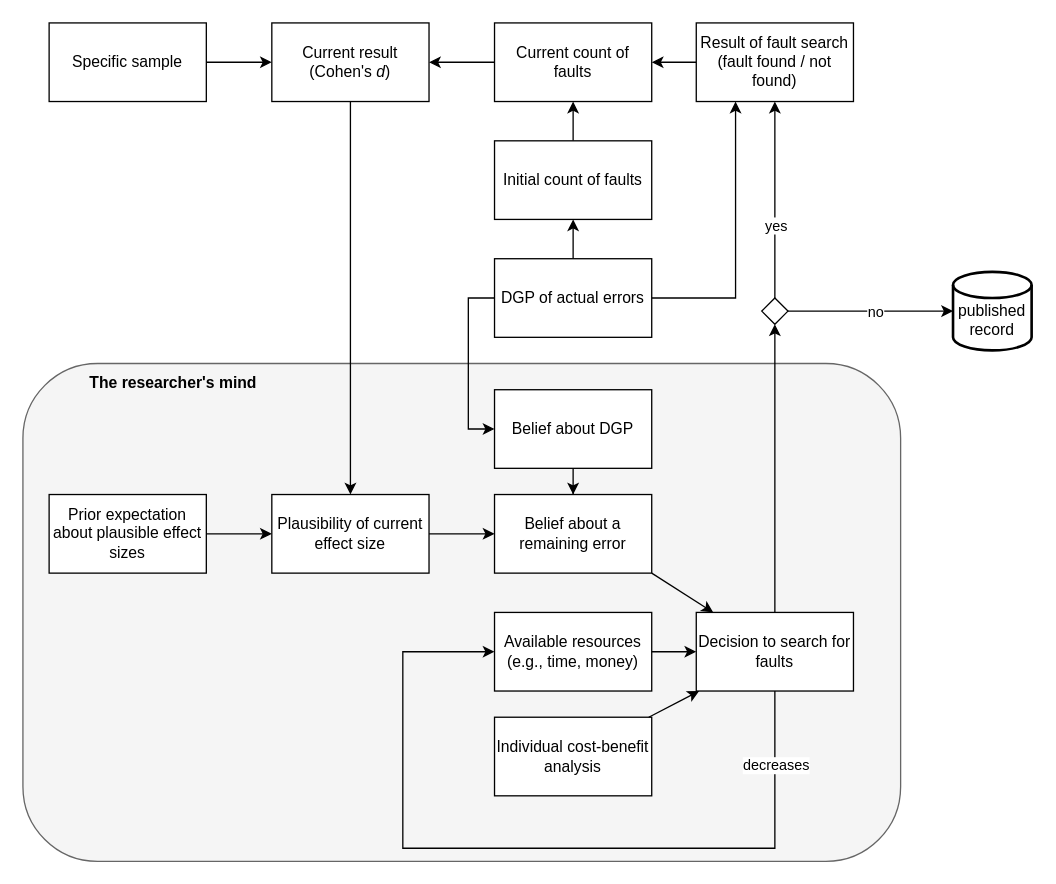
Earlier version of the draw.io diagram scientific_errors_VAST.drawio (nicebread/scientific_errors). Source tidied: cells renumbered, new cells numbered last; positions are measured from the earlier drawing's top-left corner, leaving out a move shared by most shapes. Both pictures are drawn from the tidied source at 131%, with x=0, y=0 at pixel (22, 22).
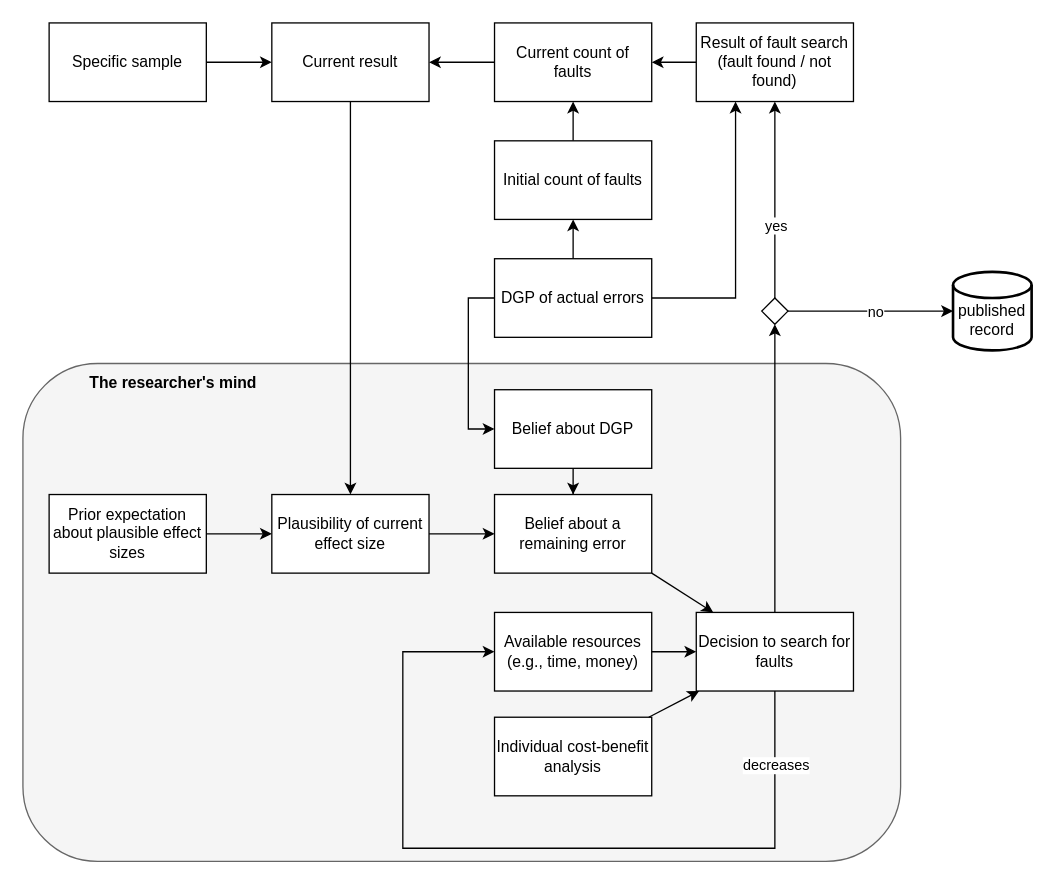
Above is the later version.

The edit, as a diff of the source:
```diff
@@
-    <mxCell id="26" value="Current result (Cohen's &lt;i&gt;d&lt;/i&gt;)" style="rounded=0;whiteSpace=wrap;html=1;" parent="1" vertex="1">
+    <mxCell id="26" value="Current result" style="rounded=0;whiteSpace=wrap;html=1;" parent="1" vertex="1">
       <mxGeometry x="190" width="120" height="60" as="geometry" />
     </mxCell>
```
